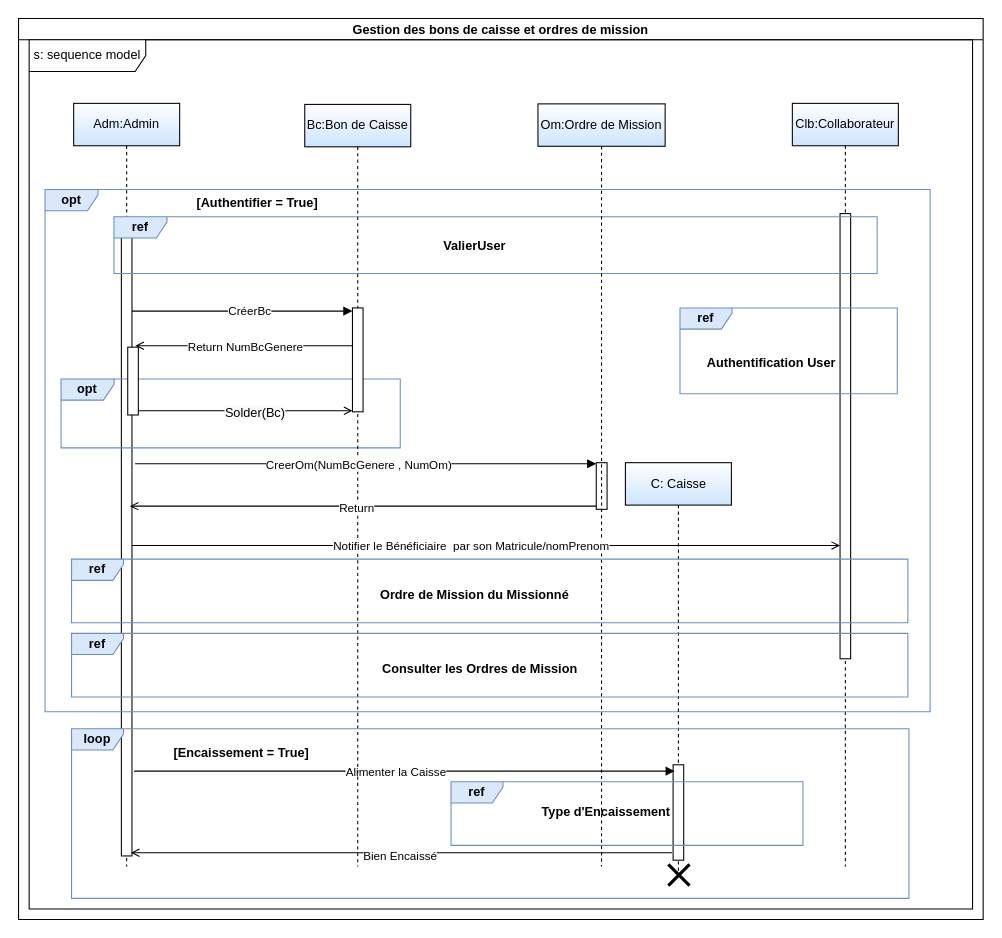
Earlier version of the draw.io diagram gesttionOmBc.drawio (BARIGOU-Imane/Gestion-des-Ordres-de-Mission). Source tidied: cells renumbered, new cells numbered last; positions are measured from the earlier drawing's top-left corner, leaving out a move shared by most shapes. Both pictures are drawn from the tidied source at 106%, with x=0, y=0 at pixel (18, 18).
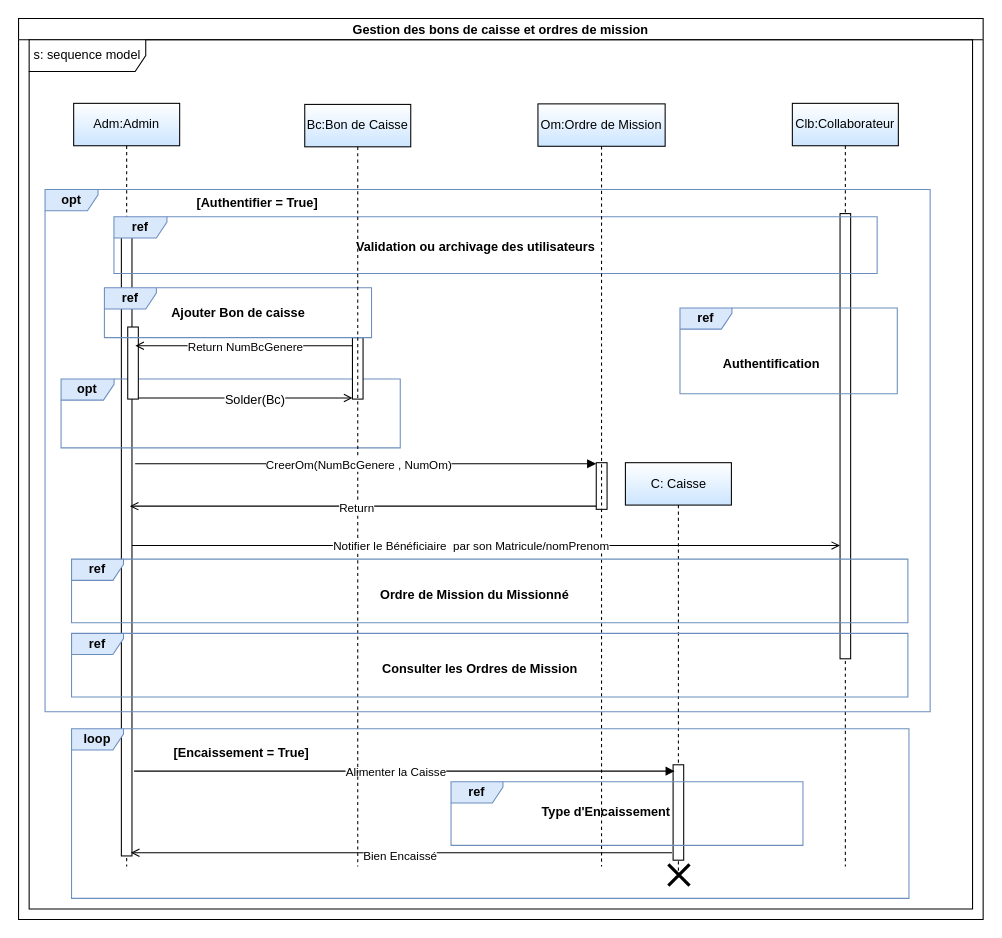
The same page after the edit.

Commit message:
Mettre à jour gesttionOmBc.drawio

The change refers to these unchanged cells:
```xml
<mxCell id="3" style="html=1;points=[];perimeter=orthogonalPerimeter;outlineConnect=0;targetShapes=umlLifeline;portConstraint=eastwest;newEdgeStyle={&quot;edgeStyle&quot;:&quot;elbowEdgeStyle&quot;,&quot;elbow&quot;:&quot;vertical&quot;,&quot;curved&quot;:0,&quot;rounded&quot;:0};" parent="2" vertex="1">
  <mxGeometry x="45" y="110" width="10" height="600" as="geometry" />
</mxCell>
<mxCell id="7" style="group;" parent="1" vertex="1">
  <mxGeometry x="30.1" y="264" width="366.6" height="199" as="geometry" />
</mxCell>
<mxCell id="27" value="Bc:Bon de Caisse" style="shape=umlLifeline;perimeter=lifelinePerimeter;whiteSpace=wrap;html=1;newEdgeStyle={&quot;edgeStyle&quot;:&quot;elbowEdgeStyle&quot;,&quot;elbow&quot;:&quot;vertical&quot;,&quot;curved&quot;:0,&quot;rounded&quot;:0};gradientColor=#CCE5FF;" parent="1" vertex="1">
  <mxGeometry x="270" y="81" width="100" height="719" as="geometry" />
</mxCell>
```

What changed in the source:
```diff
@@
     <mxCell id="9" style="html=1;points=[];perimeter=orthogonalPerimeter;outlineConnect=0;targetShapes=umlLifeline;portConstraint=eastwest;newEdgeStyle={&quot;edgeStyle&quot;:&quot;elbowEdgeStyle&quot;,&quot;elbow&quot;:&quot;vertical&quot;,&quot;curved&quot;:0,&quot;rounded&quot;:0};" parent="7" vertex="1">
-      <mxGeometry x="72.9" y="46" width="10" height="64" as="geometry" />
+      <mxGeometry x="72.9" y="27" width="10" height="68" as="geometry" />
     </mxCell>
-    <mxCell id="10" style="html=1;verticalAlign=bottom;endArrow=block;curved=0;rounded=0;" parent="7" edge="1" source="3">
-      <mxGeometry relative="1" as="geometry">
-        <mxPoint x="284.9" y="12" as="targetPoint" />
-      </mxGeometry>
-    </mxCell>
-    <mxCell id="11" value="CréerBc" style="edgeLabel;html=1;align=center;verticalAlign=middle;" parent="10" vertex="1">
-      <mxGeometry x="0.06" y="1" relative="1" as="geometry" />
-    </mxCell>
+    <mxCell id="28" style="html=1;perimeter=orthogonalPerimeter;targetShapes=umlLifeline;newEdgeStyle={&quot;edgeStyle&quot;:&quot;elbowEdgeStyle&quot;,&quot;elbow&quot;:&quot;vertical&quot;,&quot;curved&quot;:0,&quot;rounded&quot;:0};" parent="7" vertex="1">
+      <mxGeometry x="284.9" y="37" width="10" height="58" as="geometry" />
+    </mxCell>
+    <mxCell id="35" style="endArrow=open;endFill=1;html=1;rounded=0;entryX=0;entryY=1.207;entryDx=0;entryDy=0;entryPerimeter=0;" parent="7" edge="1">
+      <mxGeometry relative="1" as="geometry">
+        <mxPoint x="82.9" y="94" as="sourcePoint" />
+        <mxPoint x="284.9" y="94" as="targetPoint" />
+      </mxGeometry>
+    </mxCell>
+    <mxCell id="36" value="&lt;span style=&quot;font-size: 12px; background-color: rgb(251, 251, 251);&quot;&gt;Solder(Bc)&lt;/span&gt;" style="edgeLabel;html=1;align=center;verticalAlign=middle;" parent="35" vertex="1">
+      <mxGeometry x="0.08" y="-1" relative="1" as="geometry" />
+    </mxCell>
@@
-    <mxCell id="13" value="&lt;b&gt;Authentification User&lt;/b&gt;" style="text;html=1;align=center;verticalAlign=middle;strokeColor=none;fillColor=none;" parent="1" vertex="1">
-      <mxGeometry x="640" y="310" width="140" height="30" as="geometry" />
+    <mxCell id="13" value="&lt;b&gt;Authentification&lt;/b&gt;" style="text;html=1;align=center;verticalAlign=middle;strokeColor=none;fillColor=none;" parent="1" vertex="1">
+      <mxGeometry x="656" y="312" width="108" height="27" as="geometry" />
     </mxCell>
@@
     <mxCell id="15" style="group;labelBackgroundColor=none;textShadow=0;fontColor=default;labelBorderColor=default;fillColor=none;" parent="1" vertex="1">
-      <mxGeometry x="90" y="187" width="720" height="67" as="geometry" />
+      <mxGeometry x="90" y="187" width="720" height="114" as="geometry" />
     </mxCell>
@@
-    <mxCell id="17" value="&lt;b&gt;ValierUser&lt;/b&gt;" style="text;html=1;align=center;verticalAlign=middle;strokeColor=none;fillColor=none;" parent="15" vertex="1">
-      <mxGeometry x="300" y="13.4" width="80" height="30" as="geometry" />
+    <mxCell id="17" value="&lt;b&gt;Validation ou archivage des utilisateurs&lt;/b&gt;" style="text;html=1;align=center;verticalAlign=middle;strokeColor=none;fillColor=none;" parent="15" vertex="1">
+      <mxGeometry x="219" y="15.4" width="243" height="27" as="geometry" />
     </mxCell>
+    <mxCell id="47" value="&lt;b&gt;ref&lt;/b&gt;" style="shape=umlFrame;whiteSpace=wrap;html=1;width=49;height=20;fillColor=#dae8fc;strokeColor=#6c8ebf;" parent="15" vertex="1">
+      <mxGeometry x="-9" y="67" width="252" height="47" as="geometry" />
+    </mxCell>
+    <mxCell id="48" value="&lt;b&gt;Ajouter Bon de caisse&lt;/b&gt;" style="text;html=1;align=center;verticalAlign=middle;strokeColor=none;fillColor=none;" parent="15" vertex="1">
+      <mxGeometry x="49.5" y="77" width="135" height="27" as="geometry" />
+    </mxCell>
@@
-    <mxCell id="28" style="html=1;perimeter=orthogonalPerimeter;targetShapes=umlLifeline;newEdgeStyle={&quot;edgeStyle&quot;:&quot;elbowEdgeStyle&quot;,&quot;elbow&quot;:&quot;vertical&quot;,&quot;curved&quot;:0,&quot;rounded&quot;:0};" parent="27" vertex="1">
-      <mxGeometry x="45" y="192" width="10" height="98" as="geometry" />
-    </mxCell>
@@
-    <mxCell id="35" style="endArrow=open;endFill=1;html=1;rounded=0;" parent="1" edge="1" source="9">
-      <mxGeometry relative="1" as="geometry">
-        <mxPoint x="315" y="370" as="targetPoint" />
-      </mxGeometry>
-    </mxCell>
-    <mxCell id="36" value="&lt;span style=&quot;font-size: 12px; background-color: rgb(251, 251, 251);&quot;&gt;Solder(Bc)&lt;/span&gt;" style="edgeLabel;html=1;align=center;verticalAlign=middle;" parent="35" vertex="1">
-      <mxGeometry x="0.08" y="-1" relative="1" as="geometry" />
-    </mxCell>
```
